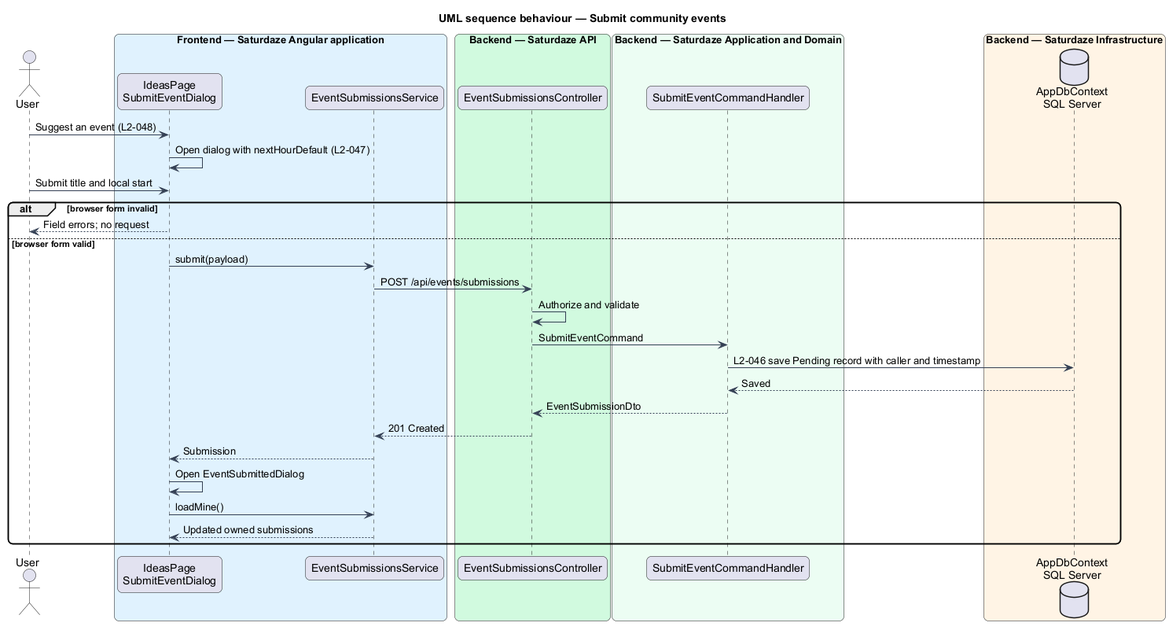
This is docs/detailed-designs/discovery/submit-community-events/diagrams/sequence-submit-event.png from QuinntyneBrown/saturdaze, a PlantUML export, as it was before one commit.
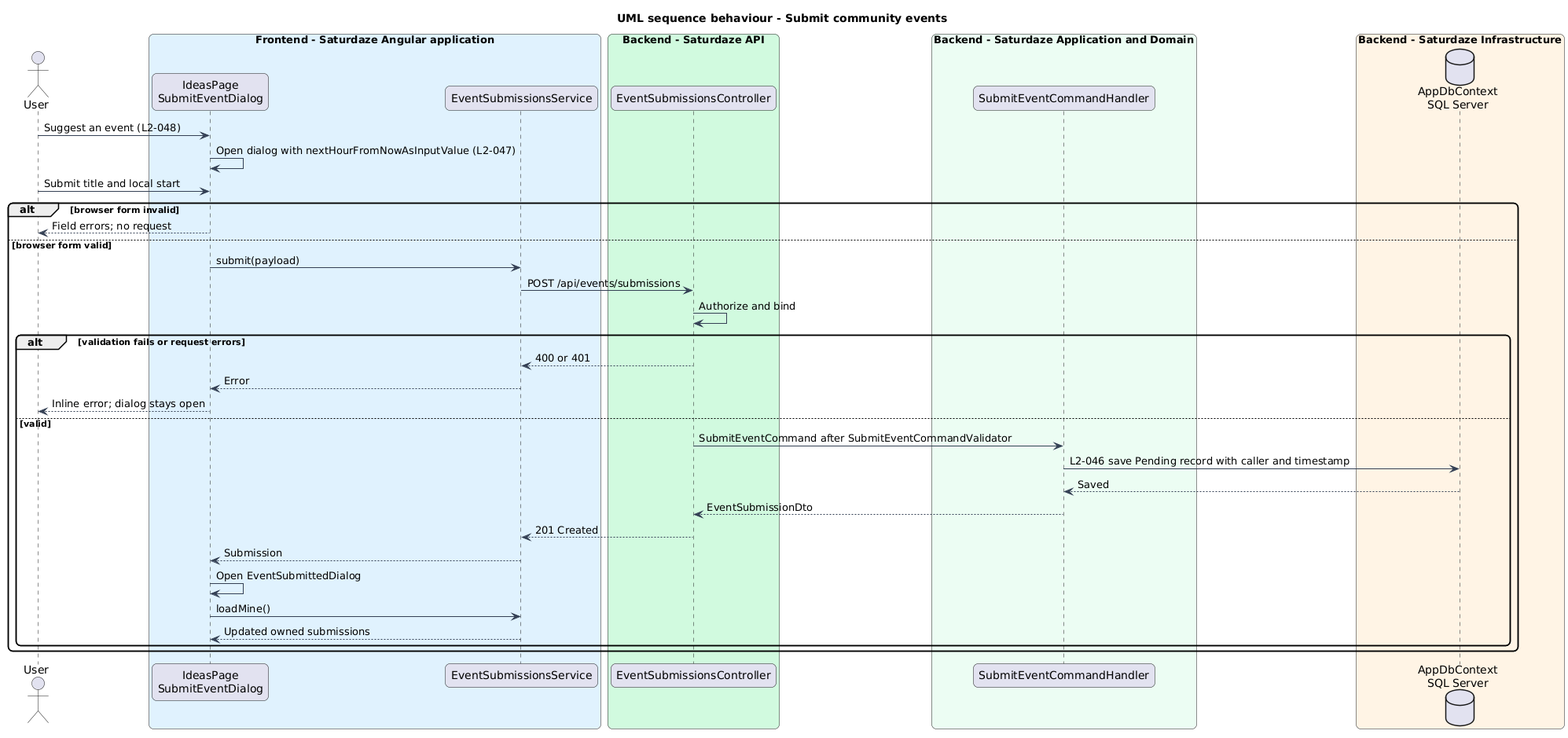
Above is the later version.

The edit, as a diff of the source:
```diff
@@ -1,34 +1,39 @@
 @startuml
-title UML sequence behaviour — Submit community events
+title UML sequence behaviour - Submit community events
 skinparam backgroundColor #FFFFFF
 skinparam shadowing false
 skinparam roundcorner 12
 skinparam defaultFontName Arial
 skinparam ArrowColor #344054
 actor "User" as actor
-box "Frontend — Saturdaze Angular application" #E0F2FE
+box "Frontend - Saturdaze Angular application" #E0F2FE
  participant "IdeasPage\nSubmitEventDialog" as page
  participant "EventSubmissionsService" as client
 end box
-box "Backend — Saturdaze API" #D1FADF
+box "Backend - Saturdaze API" #D1FADF
  participant "EventSubmissionsController" as controller
 end box
-box "Backend — Saturdaze Application and Domain" #ECFDF3
+box "Backend - Saturdaze Application and Domain" #ECFDF3
  participant "SubmitEventCommandHandler" as handler
 end box
-box "Backend — Saturdaze Infrastructure" #FFF4E5
+box "Backend - Saturdaze Infrastructure" #FFF4E5
  database "AppDbContext\nSQL Server" as db
 end box
 actor -> page : Suggest an event (L2-048)
-page -> page : Open dialog with nextHourDefault (L2-047)
+page -> page : Open dialog with nextHourFromNowAsInputValue (L2-047)
 actor -> page : Submit title and local start
 alt browser form invalid
 page --> actor : Field errors; no request
 else browser form valid
 page -> client : submit(payload)
 client -> controller : POST /api/events/submissions
-controller -> controller : Authorize and validate
-controller -> handler : SubmitEventCommand
+controller -> controller : Authorize and bind
+alt validation fails or request errors
+controller --> client : 400 or 401
+client --> page : Error
+page --> actor : Inline error; dialog stays open
+else valid
+controller -> handler : SubmitEventCommand after SubmitEventCommandValidator
 handler -> db : L2-046 save Pending record with caller and timestamp
 db --> handler : Saved
 handler --> controller : EventSubmissionDto
@@ -38,4 +43,5 @@
 page -> client : loadMine()
 client --> page : Updated owned submissions
 end
+end
 @enduml
```
